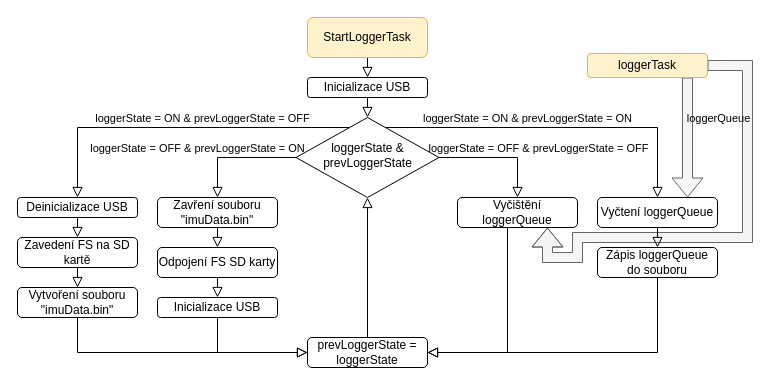
The draw.io diagram page "LoggerTask" (8 of 9) of Thesis/drawio/vývojové diagramy.drawio in marouncz/IMU-navigation, before the edit. Source tidied: cells renumbered, new cells numbered last; positions are measured from the earlier drawing's top-left corner, leaving out a move shared by most shapes. Both pictures are drawn from the tidied source at 100%, with x=0, y=0 at pixel (17, 17).
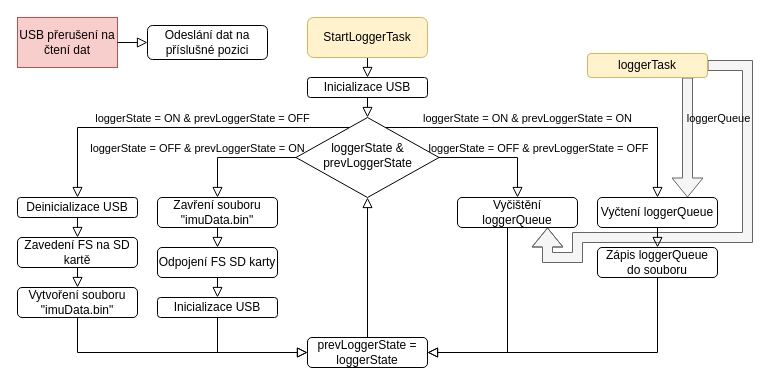
Above is the later version.

Diff of the diagram source:
```diff
@@
+    <mxCell id="39" value="USB přerušení na čtení dat" style="rounded=0;whiteSpace=wrap;html=1;fontSize=12;glass=0;strokeWidth=1;shadow=0;fillColor=#f8cecc;strokeColor=#b85450;" parent="1" vertex="1">
+      <mxGeometry width="100" height="50" as="geometry" />
+    </mxCell>
+    <mxCell id="40" value="Odeslání dat na příslušné pozici" style="rounded=1;whiteSpace=wrap;html=1;fontSize=12;glass=0;strokeWidth=1;shadow=0;fontFamily=Helvetica;" parent="1" vertex="1">
+      <mxGeometry x="130" y="8" width="120" height="34" as="geometry" />
+    </mxCell>
+    <mxCell id="41" style="edgeStyle=orthogonalEdgeStyle;rounded=0;jettySize=auto;html=1;entryX=0;entryY=0.5;entryDx=0;entryDy=0;shadow=0;strokeColor=default;strokeWidth=1;align=center;verticalAlign=middle;fontFamily=Helvetica;fontSize=11;fontColor=default;labelBackgroundColor=none;endArrow=block;endFill=0;endSize=8;exitX=1;exitY=0.5;exitDx=0;exitDy=0;" parent="1" edge="1" source="39" target="40">
+      <mxGeometry relative="1" as="geometry" />
+    </mxCell>
```
